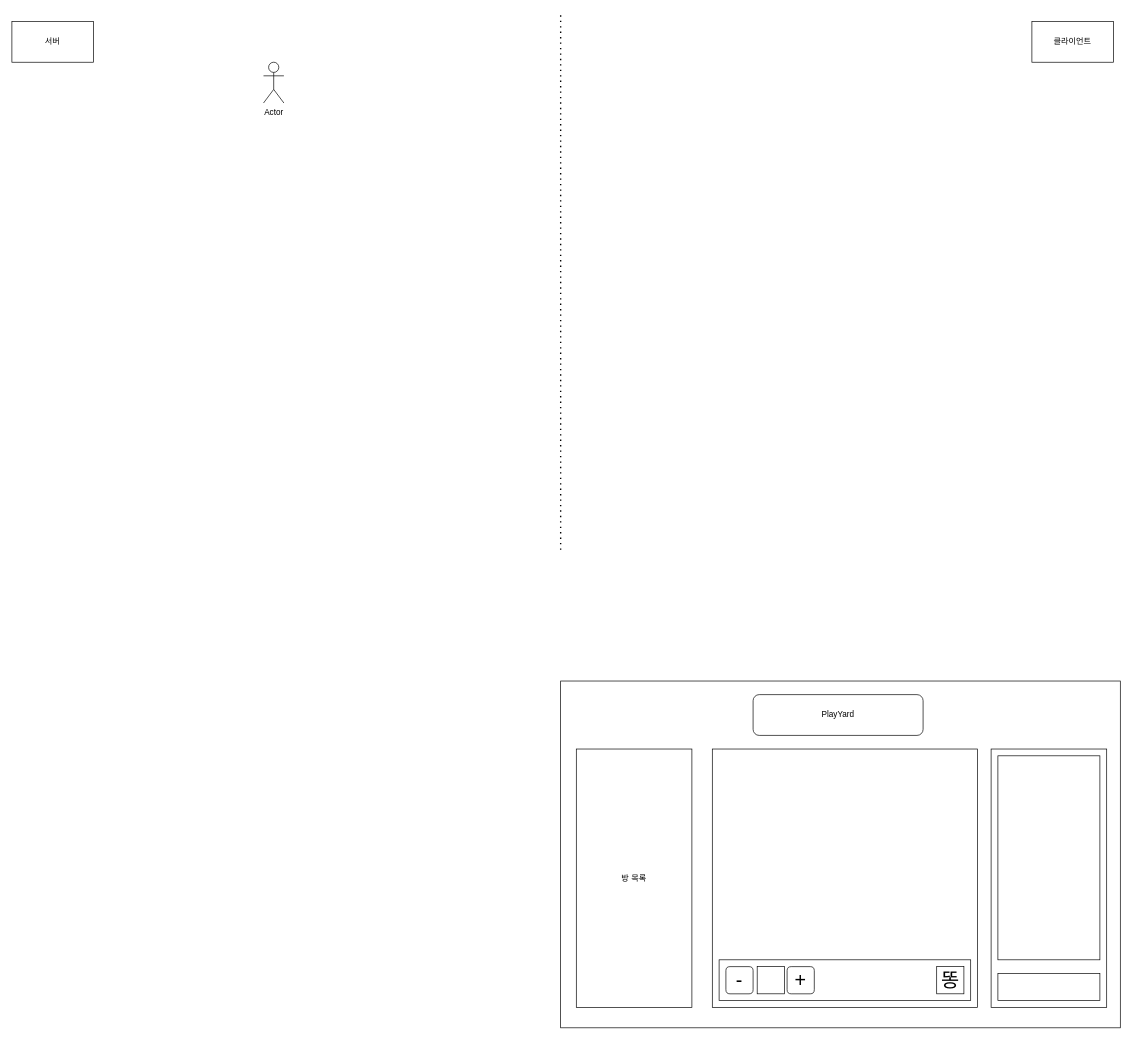
The draw.io diagram Untitled Diagram.drawio in riulwoo/playyard, before the edit. Source tidied: cells renumbered, new cells numbered last; positions are measured from the earlier drawing's top-left corner, leaving out a move shared by most shapes. Both pictures are drawn from the tidied source at 68%, with x=0, y=0 at pixel (12, 12).
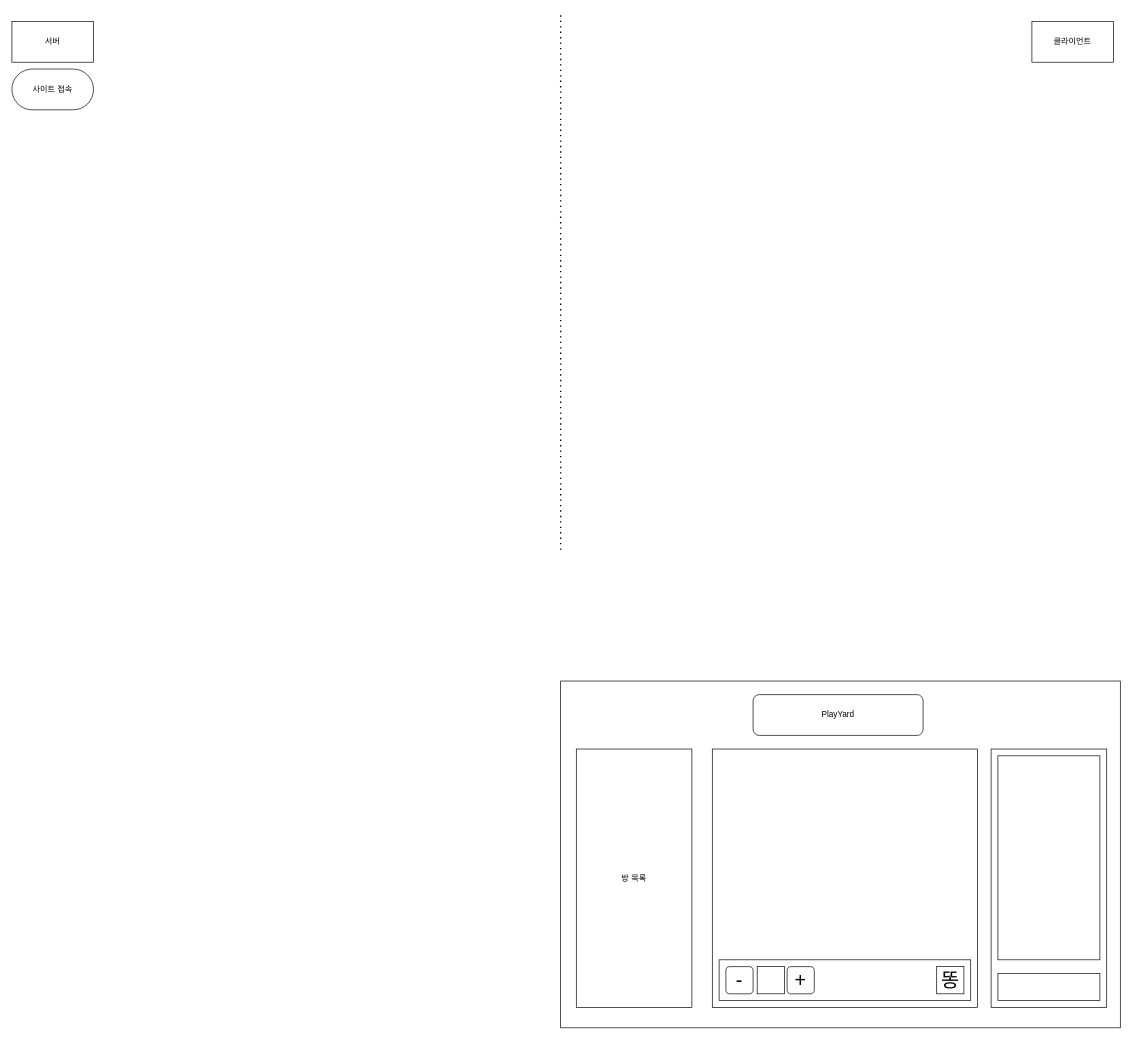
The same diagram, later.

The edit, as a diff of the source:
```diff
@@
 <mxGraphModel>
   <root>
     <mxCell id="0" />
     <mxCell id="1" parent="0" />
     <mxCell id="2" value="서버" style="rounded=0;whiteSpace=wrap;html=1;" parent="1" vertex="1">
       <mxGeometry y="13" width="120" height="60" as="geometry" />
     </mxCell>
     <mxCell id="3" value="클라이언트" style="rounded=0;whiteSpace=wrap;html=1;" parent="1" vertex="1">
       <mxGeometry x="1500" y="13" width="120" height="60" as="geometry" />
     </mxCell>
     <mxCell id="4" style="endArrow=none;dashed=1;html=1;dashPattern=1 3;strokeWidth=2;rounded=0;" parent="1" edge="1">
       <mxGeometry relative="1" as="geometry">
         <mxPoint x="807" y="790" as="sourcePoint" />
         <mxPoint x="807" as="targetPoint" />
       </mxGeometry>
     </mxCell>
-    <mxCell id="5" value="Actor" style="shape=umlActor;verticalLabelPosition=bottom;verticalAlign=top;html=1;" parent="1" vertex="1">
-      <mxGeometry x="370" y="73" width="30" height="60" as="geometry" />
-    </mxCell>
+    <mxCell id="18" value="사이트 접속" style="rounded=1;whiteSpace=wrap;html=1;arcSize=50;" parent="1" vertex="1">
+      <mxGeometry y="83" width="120" height="60" as="geometry" />
+    </mxCell>
     <mxCell id="6" style="rounded=0;whiteSpace=wrap;html=1;" parent="1" vertex="1">
       <mxGeometry x="807" y="983" width="823" height="510" as="geometry" />
     </mxCell>
     <mxCell id="7" style="rounded=0;whiteSpace=wrap;html=1;" parent="1" vertex="1">
       <mxGeometry x="1030" y="1083" width="390" height="380" as="geometry" />
     </mxCell>
     <mxCell id="8" value="방 목록" style="rounded=0;whiteSpace=wrap;html=1;" parent="1" vertex="1">
       <mxGeometry x="830" y="1083" width="170" height="380" as="geometry" />
     </mxCell>
     <mxCell id="9" style="rounded=0;whiteSpace=wrap;html=1;" parent="1" vertex="1">
       <mxGeometry x="1440" y="1083" width="170" height="380" as="geometry" />
     </mxCell>
     <mxCell id="10" value="PlayYard" style="rounded=1;whiteSpace=wrap;html=1;" parent="1" vertex="1">
       <mxGeometry x="1090" y="1003" width="250" height="60" as="geometry" />
     </mxCell>
     <mxCell id="11" style="rounded=0;whiteSpace=wrap;html=1;" parent="1" vertex="1">
       <mxGeometry x="1040" y="1393" width="370" height="60" as="geometry" />
     </mxCell>
     <mxCell id="12" value="&lt;font style=&quot;font-size: 29px;&quot;&gt;-&lt;/font&gt;" style="rounded=1;whiteSpace=wrap;html=1;" parent="1" vertex="1">
       <mxGeometry x="1050" y="1403" width="40" height="40" as="geometry" />
     </mxCell>
     <mxCell id="13" value="&lt;font style=&quot;font-size: 29px;&quot;&gt;+&lt;/font&gt;" style="rounded=1;whiteSpace=wrap;html=1;" parent="1" vertex="1">
       <mxGeometry x="1140" y="1403" width="40" height="40" as="geometry" />
     </mxCell>
     <mxCell id="14" style="whiteSpace=wrap;html=1;fontSize=29;" parent="1" vertex="1">
       <mxGeometry x="1096" y="1403" width="40" height="40" as="geometry" />
     </mxCell>
     <mxCell id="15" value="똥" style="whiteSpace=wrap;html=1;fontSize=29;" parent="1" vertex="1">
       <mxGeometry x="1360" y="1403" width="40" height="40" as="geometry" />
     </mxCell>
     <mxCell id="16" style="rounded=0;whiteSpace=wrap;html=1;fontSize=29;" parent="1" vertex="1">
       <mxGeometry x="1450" y="1413" width="150" height="40" as="geometry" />
     </mxCell>
     <mxCell id="17" style="rounded=0;whiteSpace=wrap;html=1;fontSize=29;" parent="1" vertex="1">
       <mxGeometry x="1450" y="1093" width="150" height="300" as="geometry" />
     </mxCell>
   </root>
 </mxGraphModel>
```
